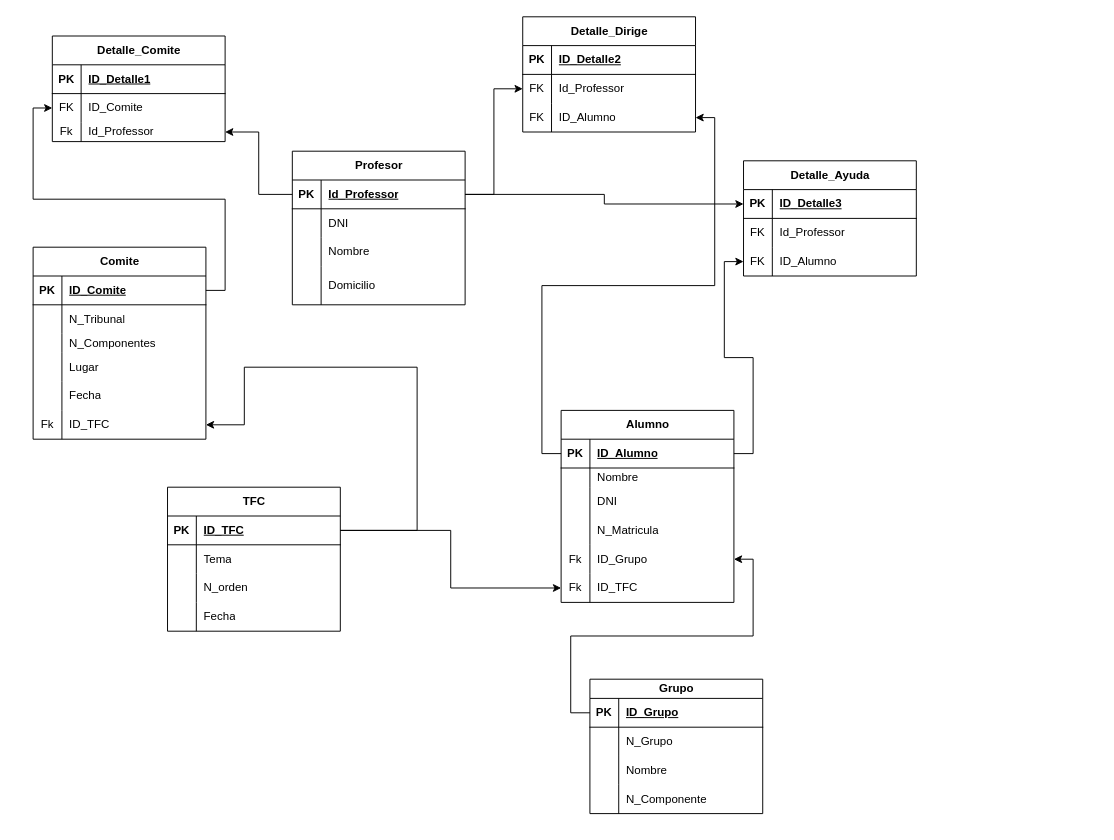
The draw.io diagram page "Página-4" (4 of 5) of Tarea2.drawio in sologia/draw.io, before the edit. Source tidied: cells renumbered, new cells numbered last; positions are measured from the earlier drawing's top-left corner, leaving out a move shared by most shapes. Both pictures are drawn from the tidied source at 96%, with x=0, y=0 at pixel (33, 16).
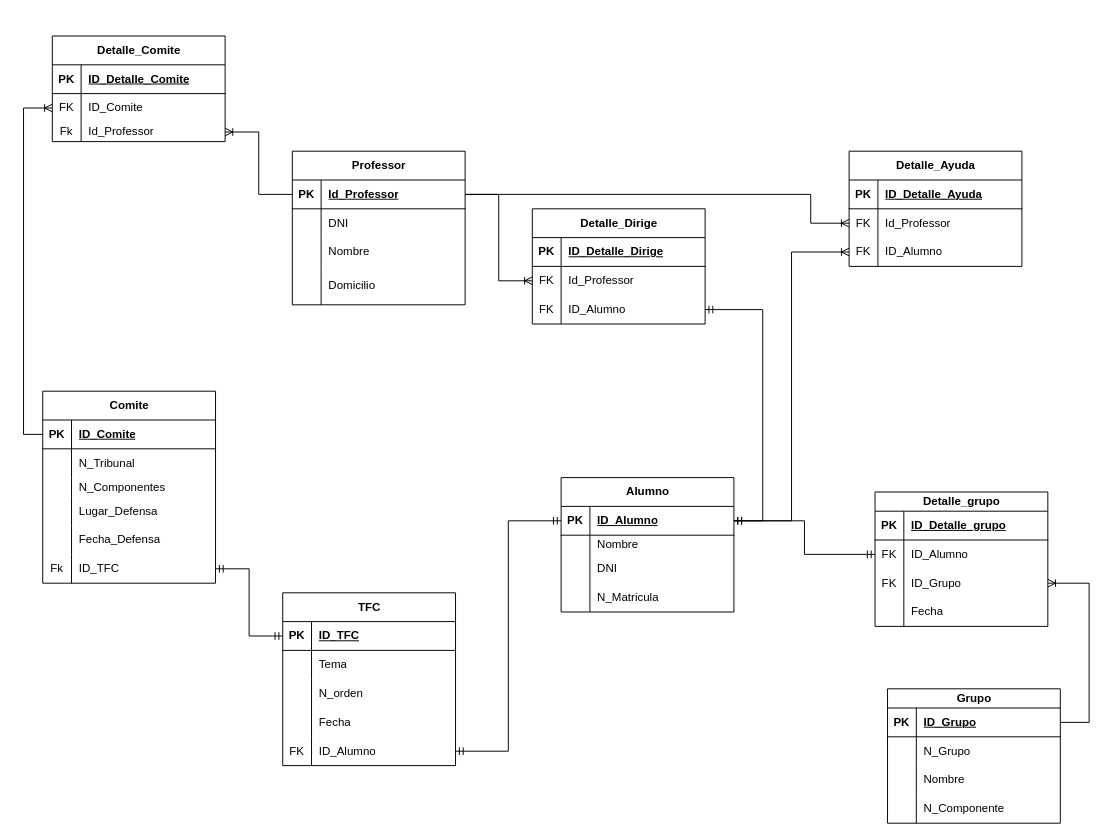
The same page after the edit.

Unchanged cells that the change refers to:
```xml
<mxCell id="3" style="shape=tableRow;horizontal=0;startSize=0;swimlaneHead=0;swimlaneBody=0;fillColor=none;points=[[0,0.5],[1,0.5]];portConstraint=eastwest;top=0;left=0;right=0;bottom=1;" parent="2" vertex="1">
  <mxGeometry y="30" width="180" height="30" as="geometry" />
</mxCell>
<mxCell id="16" style="shape=tableRow;horizontal=0;startSize=0;swimlaneHead=0;swimlaneBody=0;fillColor=none;points=[[0,0.5],[1,0.5]];portConstraint=eastwest;top=0;left=0;right=0;bottom=1;" parent="15" vertex="1">
  <mxGeometry y="30" width="180" height="30" as="geometry" />
</mxCell>
<mxCell id="35" style="shape=tableRow;horizontal=0;startSize=0;swimlaneHead=0;swimlaneBody=0;fillColor=none;points=[[0,0.5],[1,0.5]];portConstraint=eastwest;top=0;left=0;right=0;bottom=1;" parent="34" vertex="1">
  <mxGeometry y="20" width="180" height="30" as="geometry" />
</mxCell>
<mxCell id="48" style="shape=tableRow;horizontal=0;startSize=0;swimlaneHead=0;swimlaneBody=0;fillColor=none;points=[[0,0.5],[1,0.5]];portConstraint=eastwest;top=0;left=0;right=0;bottom=1;" parent="47" vertex="1">
  <mxGeometry y="30" width="180" height="30" as="geometry" />
</mxCell>
<mxCell id="62" style="shape=tableRow;horizontal=0;startSize=0;swimlaneHead=0;swimlaneBody=0;fillColor=none;points=[[0,0.5],[1,0.5]];portConstraint=eastwest;top=0;left=0;right=0;bottom=1;" parent="61" vertex="1">
  <mxGeometry y="30" width="180" height="30" as="geometry" />
</mxCell>
<mxCell id="71" style="shape=tableRow;horizontal=0;startSize=0;swimlaneHead=0;swimlaneBody=0;fillColor=none;top=0;left=0;right=0;bottom=0;" parent="61" vertex="1">
  <mxGeometry y="110" width="180" height="30" as="geometry" />
</mxCell>
<mxCell id="74" style="shape=tableRow;horizontal=0;startSize=0;swimlaneHead=0;swimlaneBody=0;fillColor=none;top=0;left=0;right=0;bottom=0;" parent="61" vertex="1">
  <mxGeometry y="140" width="180" height="30" as="geometry" />
</mxCell>
<mxCell id="77" style="shape=tableRow;horizontal=0;startSize=0;swimlaneHead=0;swimlaneBody=0;fillColor=none;points=[[0,0.5],[1,0.5]];portConstraint=eastwest;top=0;left=0;right=0;bottom=0;" parent="61" vertex="1">
  <mxGeometry y="170" width="180" height="30" as="geometry" />
</mxCell>
<mxCell id="88" style="shape=tableRow;horizontal=0;startSize=0;swimlaneHead=0;swimlaneBody=0;fillColor=none;top=0;left=0;right=0;bottom=1;" parent="87" vertex="1">
  <mxGeometry y="30" width="180" height="30" as="geometry" />
</mxCell>
<mxCell id="91" style="shape=tableRow;horizontal=0;startSize=0;swimlaneHead=0;swimlaneBody=0;fillColor=none;points=[[0,0.5],[1,0.5]];portConstraint=eastwest;top=0;left=0;right=0;bottom=0;" parent="87" vertex="1">
  <mxGeometry y="60" width="180" height="30" as="geometry" />
</mxCell>
<mxCell id="94" style="shape=tableRow;horizontal=0;startSize=0;swimlaneHead=0;swimlaneBody=0;fillColor=none;points=[[0,0.5],[1,0.5]];portConstraint=eastwest;top=0;left=0;right=0;bottom=0;" parent="87" vertex="1">
  <mxGeometry y="90" width="180" height="20" as="geometry" />
</mxCell>
<mxCell id="99" style="shape=tableRow;horizontal=0;startSize=0;swimlaneHead=0;swimlaneBody=0;fillColor=none;top=0;left=0;right=0;bottom=1;" parent="98" vertex="1">
  <mxGeometry y="30" width="180" height="30" as="geometry" />
</mxCell>
<mxCell id="102" style="shape=tableRow;horizontal=0;startSize=0;swimlaneHead=0;swimlaneBody=0;fillColor=none;points=[[0,0.5],[1,0.5]];portConstraint=eastwest;top=0;left=0;right=0;bottom=0;" parent="98" vertex="1">
  <mxGeometry y="60" width="180" height="30" as="geometry" />
</mxCell>
<mxCell id="105" style="shape=tableRow;horizontal=0;startSize=0;swimlaneHead=0;swimlaneBody=0;fillColor=none;points=[[0,0.5],[1,0.5]];portConstraint=eastwest;top=0;left=0;right=0;bottom=0;" parent="98" vertex="1">
  <mxGeometry y="90" width="180" height="30" as="geometry" />
</mxCell>
<mxCell id="109" style="shape=tableRow;horizontal=0;startSize=0;swimlaneHead=0;swimlaneBody=0;fillColor=none;points=[[0,0.5],[1,0.5]];portConstraint=eastwest;top=0;left=0;right=0;bottom=1;" parent="108" vertex="1">
  <mxGeometry y="30" width="180" height="30" as="geometry" />
</mxCell>
<mxCell id="112" style="shape=tableRow;horizontal=0;startSize=0;swimlaneHead=0;swimlaneBody=0;fillColor=none;points=[[0,0.5],[1,0.5]];portConstraint=eastwest;top=0;left=0;right=0;bottom=0;" parent="108" vertex="1">
  <mxGeometry y="60" width="180" height="30" as="geometry" />
</mxCell>
<mxCell id="115" style="shape=tableRow;horizontal=0;startSize=0;swimlaneHead=0;swimlaneBody=0;fillColor=none;points=[[0,0.5],[1,0.5]];portConstraint=eastwest;top=0;left=0;right=0;bottom=0;" parent="108" vertex="1">
  <mxGeometry y="90" width="180" height="30" as="geometry" />
</mxCell>
```

What changed in the source:
```diff
@@
-    <mxCell id="2" value="Profesor" style="shape=table;startSize=30;childLayout=tableLayout;rowLines=0;fontStyle=1;align=center;html=1;" parent="1" vertex="1">
+    <mxCell id="2" value="Professor" style="shape=table;startSize=30;childLayout=tableLayout;rowLines=0;fontStyle=1;align=center;html=1;" parent="1" vertex="1">
       <mxGeometry x="270" y="140" width="180" height="160" as="geometry" />
     </mxCell>
@@
     <mxCell id="15" value="Alumno" style="shape=table;startSize=30;childLayout=tableLayout;rowLines=0;fontStyle=1;align=center;html=1;" parent="1" vertex="1">
-      <mxGeometry x="550" y="410" width="180" height="200" as="geometry" />
+      <mxGeometry x="550" y="480" width="180" height="140" as="geometry" />
     </mxCell>
@@
-    <mxCell id="28" style="shape=tableRow;horizontal=0;startSize=0;swimlaneHead=0;swimlaneBody=0;fillColor=none;points=[[0,0.5],[1,0.5]];portConstraint=eastwest;top=0;left=0;right=0;bottom=0;" parent="15" vertex="1">
-      <mxGeometry y="140" width="180" height="30" as="geometry" />
-    </mxCell>
-    <mxCell id="29" value="Fk" style="shape=partialRectangle;fillColor=none;top=0;left=0;bottom=0;right=0;overflow=hidden;whiteSpace=wrap;html=1;" parent="28" vertex="1">
-      <mxGeometry width="30" height="30" as="geometry" />
-    </mxCell>
-    <mxCell id="30" value="ID_Grupo" style="shape=partialRectangle;fillColor=none;top=0;left=0;bottom=0;right=0;align=left;spacingLeft=6;overflow=hidden;whiteSpace=wrap;html=1;" parent="28" vertex="1">
-      <mxGeometry x="30" width="150" height="30" as="geometry" />
-    </mxCell>
-    <mxCell id="31" style="shape=tableRow;horizontal=0;startSize=0;swimlaneHead=0;swimlaneBody=0;fillColor=none;points=[[0,0.5],[1,0.5]];portConstraint=eastwest;top=0;left=0;right=0;bottom=0;" parent="15" vertex="1">
-      <mxGeometry y="170" width="180" height="30" as="geometry" />
-    </mxCell>
-    <mxCell id="32" value="Fk" style="shape=partialRectangle;fillColor=none;top=0;left=0;bottom=0;right=0;overflow=hidden;whiteSpace=wrap;html=1;" parent="31" vertex="1">
-      <mxGeometry width="30" height="30" as="geometry" />
-    </mxCell>
-    <mxCell id="33" value="ID_TFC" style="shape=partialRectangle;fillColor=none;top=0;left=0;bottom=0;right=0;align=left;spacingLeft=6;overflow=hidden;whiteSpace=wrap;html=1;" parent="31" vertex="1">
-      <mxGeometry x="30" width="150" height="30" as="geometry" />
-    </mxCell>
     <mxCell id="34" value="Grupo" style="shape=table;startSize=20;childLayout=tableLayout;rowLines=0;fontStyle=1;align=center;html=1;" parent="1" vertex="1">
-      <mxGeometry x="580" y="690" width="180" height="140" as="geometry" />
+      <mxGeometry x="890" y="700" width="180" height="140" as="geometry" />
     </mxCell>
@@
     <mxCell id="47" value="TFC" style="shape=table;startSize=30;childLayout=tableLayout;rowLines=0;fontStyle=1;align=center;html=1;" parent="1" vertex="1">
-      <mxGeometry x="140" y="490" width="180" height="150" as="geometry" />
+      <mxGeometry x="260" y="600" width="180" height="180" as="geometry" />
     </mxCell>
@@
-    <mxCell id="60" style="edgeStyle=orthogonalEdgeStyle;rounded=0;jettySize=auto;html=1;" parent="1" edge="1" source="62" target="91">
-      <mxGeometry relative="1" as="geometry" />
-    </mxCell>
+    <mxCell id="122" style="shape=tableRow;horizontal=0;startSize=0;swimlaneHead=0;swimlaneBody=0;fillColor=none;points=[[0,0.5],[1,0.5]];portConstraint=eastwest;top=0;left=0;right=0;bottom=0;" parent="47" vertex="1">
+      <mxGeometry y="150" width="180" height="30" as="geometry" />
+    </mxCell>
+    <mxCell id="123" value="FK" style="shape=partialRectangle;fillColor=none;top=0;left=0;bottom=0;right=0;overflow=hidden;whiteSpace=wrap;html=1;" parent="122" vertex="1">
+      <mxGeometry width="30" height="30" as="geometry" />
+    </mxCell>
+    <mxCell id="124" value="ID_Alumno" style="shape=partialRectangle;fillColor=none;top=0;left=0;bottom=0;right=0;align=left;spacingLeft=6;overflow=hidden;whiteSpace=wrap;html=1;" parent="122" vertex="1">
+      <mxGeometry x="30" width="150" height="30" as="geometry" />
+    </mxCell>
     <mxCell id="61" value="Comite" style="shape=table;startSize=30;childLayout=tableLayout;rowLines=0;fontStyle=1;align=center;html=1;" parent="1" vertex="1">
-      <mxGeometry y="240" width="180" height="200" as="geometry" />
+      <mxGeometry x="10" y="390" width="180" height="200" as="geometry" />
     </mxCell>
@@
-    <mxCell id="73" value="Lugar" style="shape=partialRectangle;fillColor=none;top=0;left=0;bottom=0;right=0;align=left;spacingLeft=6;overflow=hidden;whiteSpace=wrap;html=1;" parent="71" vertex="1">
+    <mxCell id="73" value="Lugar_Defensa" style="shape=partialRectangle;fillColor=none;top=0;left=0;bottom=0;right=0;align=left;spacingLeft=6;overflow=hidden;whiteSpace=wrap;html=1;" parent="71" vertex="1">
       <mxGeometry x="30" width="150" height="30" as="geometry" />
     </mxCell>
@@
-    <mxCell id="76" value="Fecha" style="shape=partialRectangle;fillColor=none;top=0;left=0;bottom=0;right=0;align=left;spacingLeft=6;overflow=hidden;whiteSpace=wrap;html=1;" parent="74" vertex="1">
+    <mxCell id="76" value="Fecha_Defensa" style="shape=partialRectangle;fillColor=none;top=0;left=0;bottom=0;right=0;align=left;spacingLeft=6;overflow=hidden;whiteSpace=wrap;html=1;" parent="74" vertex="1">
       <mxGeometry x="30" width="150" height="30" as="geometry" />
     </mxCell>
@@
-    <mxCell id="80" style="shape=tableRow;horizontal=0;startSize=0;swimlaneHead=0;swimlaneBody=0;fillColor=none;top=0;left=0;right=0;bottom=0;" parent="1" vertex="1">
-      <mxGeometry x="410" y="360" width="180" height="50" as="geometry" />
-    </mxCell>
-    <mxCell id="81" style="shape=partialRectangle;fillColor=none;top=0;left=0;bottom=0;right=0;overflow=hidden;whiteSpace=wrap;html=1;" parent="80" vertex="1">
-      <mxGeometry width="30" height="30" as="geometry" />
-    </mxCell>
-    <mxCell id="82" style="shape=tableRow;horizontal=0;startSize=0;swimlaneHead=0;swimlaneBody=0;fillColor=none;top=0;left=0;right=0;bottom=0;" parent="1" vertex="1">
-      <mxGeometry x="400" y="410" width="180" height="20" as="geometry" />
-    </mxCell>
-    <mxCell id="83" style="shape=partialRectangle;fillColor=none;top=0;left=0;bottom=0;right=0;overflow=hidden;whiteSpace=wrap;html=1;" parent="82" vertex="1">
-      <mxGeometry width="30" height="20" as="geometry" />
-    </mxCell>
-    <mxCell id="84" style="edgeStyle=orthogonalEdgeStyle;rounded=0;jettySize=auto;html=1;" parent="1" edge="1" source="35" target="28">
-      <mxGeometry relative="1" as="geometry" />
-    </mxCell>
-    <mxCell id="85" style="edgeStyle=orthogonalEdgeStyle;rounded=0;jettySize=auto;html=1;" parent="1" edge="1" source="48" target="77">
-      <mxGeometry relative="1" as="geometry">
-        <Array as="points">
-          <mxPoint x="400" y="535" />
-          <mxPoint x="400" y="365" />
-          <mxPoint x="220" y="365" />
-          <mxPoint x="220" y="425" />
-        </Array>
-      </mxGeometry>
-    </mxCell>
-    <mxCell id="86" style="edgeStyle=orthogonalEdgeStyle;rounded=0;jettySize=auto;html=1;" parent="1" edge="1" source="48" target="31">
-      <mxGeometry relative="1" as="geometry" />
-    </mxCell>
@@
-    <mxCell id="90" value="ID_Detalle1" style="shape=partialRectangle;fillColor=none;top=0;left=0;bottom=0;right=0;align=left;spacingLeft=6;fontStyle=5;overflow=hidden;whiteSpace=wrap;html=1;" parent="88" vertex="1">
+    <mxCell id="90" value="ID_Detalle_Comite" style="shape=partialRectangle;fillColor=none;top=0;left=0;bottom=0;right=0;align=left;spacingLeft=6;fontStyle=5;overflow=hidden;whiteSpace=wrap;html=1;" parent="88" vertex="1">
       <mxGeometry x="30" width="150" height="30" as="geometry" />
     </mxCell>
@@
-    <mxCell id="97" style="edgeStyle=orthogonalEdgeStyle;rounded=0;jettySize=auto;html=1;" parent="1" edge="1" source="3" target="94">
-      <mxGeometry relative="1" as="geometry" />
-    </mxCell>
     <mxCell id="98" value="Detalle_Dirige" style="shape=table;startSize=30;childLayout=tableLayout;rowLines=0;fontStyle=1;align=center;html=1;" parent="1" vertex="1">
-      <mxGeometry x="510" width="180" height="120" as="geometry" />
+      <mxGeometry x="520" y="200" width="180" height="120" as="geometry" />
     </mxCell>
@@
-    <mxCell id="101" value="ID_Detalle2" style="shape=partialRectangle;fillColor=none;top=0;left=0;bottom=0;right=0;align=left;spacingLeft=6;fontStyle=5;overflow=hidden;whiteSpace=wrap;html=1;" parent="99" vertex="1">
+    <mxCell id="101" value="ID_Detalle_Dirige" style="shape=partialRectangle;fillColor=none;top=0;left=0;bottom=0;right=0;align=left;spacingLeft=6;fontStyle=5;overflow=hidden;whiteSpace=wrap;html=1;" parent="99" vertex="1">
       <mxGeometry x="30" width="150" height="30" as="geometry" />
     </mxCell>
@@
     <mxCell id="108" value="Detalle_Ayuda" style="shape=table;startSize=30;childLayout=tableLayout;rowLines=0;fontStyle=1;align=center;html=1;" parent="1" vertex="1">
-      <mxGeometry x="740" y="150" width="180" height="120" as="geometry" />
+      <mxGeometry x="850" y="140" width="180" height="120" as="geometry" />
     </mxCell>
@@
-    <mxCell id="111" value="ID_Detalle3" style="shape=partialRectangle;fillColor=none;top=0;left=0;bottom=0;right=0;align=left;spacingLeft=6;fontStyle=5;overflow=hidden;whiteSpace=wrap;html=1;" parent="109" vertex="1">
+    <mxCell id="111" value="ID_Detalle_Ayuda" style="shape=partialRectangle;fillColor=none;top=0;left=0;bottom=0;right=0;align=left;spacingLeft=6;fontStyle=5;overflow=hidden;whiteSpace=wrap;html=1;" parent="109" vertex="1">
       <mxGeometry x="30" width="150" height="30" as="geometry" />
     </mxCell>
@@
-    <mxCell id="118" style="edgeStyle=orthogonalEdgeStyle;rounded=0;jettySize=auto;html=1;" parent="1" edge="1" source="16" target="115">
-      <mxGeometry relative="1" as="geometry" />
-    </mxCell>
+    <mxCell id="125" style="edgeStyle=orthogonalEdgeStyle;fontSize=12;html=1;endArrow=ERmandOne;startArrow=ERmandOne;rounded=0;" parent="1" edge="1" source="122" target="16">
+      <mxGeometry relative="1" as="geometry" />
+    </mxCell>
+    <mxCell id="126" style="edgeStyle=orthogonalEdgeStyle;fontSize=12;html=1;endArrow=ERmandOne;startArrow=ERmandOne;rounded=0;" parent="1" edge="1" source="77" target="48">
+      <mxGeometry relative="1" as="geometry" />
+    </mxCell>
-    <mxCell id="119" style="edgeStyle=orthogonalEdgeStyle;rounded=0;jettySize=auto;html=1;" parent="1" edge="1" source="16" target="105">
-      <mxGeometry relative="1" as="geometry" />
+    <mxCell id="119" style="edgeStyle=entityRelationEdgeStyle;fontSize=12;html=1;endArrow=ERmandOne;startArrow=ERmandOne;rounded=0;" parent="1" edge="1" source="16" target="105">
+      <mxGeometry relative="1" as="geometry">
+        <Array as="points">
+          <mxPoint x="530" y="440" />
+          <mxPoint x="540" y="380" />
+          <mxPoint x="470" y="380" />
+          <mxPoint x="490" y="340" />
+        </Array>
+      </mxGeometry>
     </mxCell>
-    <mxCell id="120" style="edgeStyle=orthogonalEdgeStyle;rounded=0;jettySize=auto;html=1;" parent="1" edge="1" source="3" target="102">
+    <mxCell id="120" style="edgeStyle=orthogonalEdgeStyle;fontSize=12;html=1;endArrow=ERoneToMany;rounded=0;" parent="1" edge="1" source="3" target="102">
       <mxGeometry relative="1" as="geometry" />
     </mxCell>
-    <mxCell id="121" style="edgeStyle=orthogonalEdgeStyle;rounded=0;jettySize=auto;html=1;" parent="1" edge="1" source="3" target="109">
-      <mxGeometry relative="1" as="geometry" />
-    </mxCell>
+    <mxCell id="127" value="Detalle_grupo" style="shape=table;startSize=20;childLayout=tableLayout;rowLines=0;fontStyle=1;align=center;html=1;" parent="1" vertex="1">
+      <mxGeometry x="877" y="495" width="180" height="140" as="geometry" />
+    </mxCell>
+    <mxCell id="128" style="shape=tableRow;horizontal=0;startSize=0;swimlaneHead=0;swimlaneBody=0;fillColor=none;top=0;left=0;right=0;bottom=1;" parent="127" vertex="1">
+      <mxGeometry y="20" width="180" height="30" as="geometry" />
+    </mxCell>
+    <mxCell id="129" value="PK" style="shape=partialRectangle;fillColor=none;top=0;left=0;bottom=0;right=0;fontStyle=1;overflow=hidden;whiteSpace=wrap;html=1;" parent="128" vertex="1">
+      <mxGeometry width="30" height="30" as="geometry" />
+    </mxCell>
+    <mxCell id="130" value="ID_Detalle_grupo" style="shape=partialRectangle;fillColor=none;top=0;left=0;bottom=0;right=0;align=left;spacingLeft=6;fontStyle=5;overflow=hidden;whiteSpace=wrap;html=1;" parent="128" vertex="1">
+      <mxGeometry x="30" width="150" height="30" as="geometry" />
+    </mxCell>
+    <mxCell id="131" style="shape=tableRow;horizontal=0;startSize=0;swimlaneHead=0;swimlaneBody=0;fillColor=none;points=[[0,0.5],[1,0.5]];portConstraint=eastwest;top=0;left=0;right=0;bottom=0;" parent="127" vertex="1">
+      <mxGeometry y="50" width="180" height="30" as="geometry" />
+    </mxCell>
+    <mxCell id="132" value="FK" style="shape=partialRectangle;fillColor=none;top=0;left=0;bottom=0;right=0;overflow=hidden;whiteSpace=wrap;html=1;" parent="131" vertex="1">
+      <mxGeometry width="30" height="30" as="geometry" />
+    </mxCell>
+    <mxCell id="133" value="ID_Alumno" style="shape=partialRectangle;fillColor=none;top=0;left=0;bottom=0;right=0;align=left;spacingLeft=6;overflow=hidden;whiteSpace=wrap;html=1;" parent="131" vertex="1">
+      <mxGeometry x="30" width="150" height="30" as="geometry" />
+    </mxCell>
+    <mxCell id="134" style="shape=tableRow;horizontal=0;startSize=0;swimlaneHead=0;swimlaneBody=0;fillColor=none;points=[[0,0.5],[1,0.5]];portConstraint=eastwest;top=0;left=0;right=0;bottom=0;" parent="127" vertex="1">
+      <mxGeometry y="80" width="180" height="30" as="geometry" />
+    </mxCell>
+    <mxCell id="135" value="FK" style="shape=partialRectangle;fillColor=none;top=0;left=0;bottom=0;right=0;overflow=hidden;whiteSpace=wrap;html=1;" parent="134" vertex="1">
+      <mxGeometry width="30" height="30" as="geometry" />
+    </mxCell>
+    <mxCell id="30" value="ID_Grupo" style="shape=partialRectangle;fillColor=none;top=0;left=0;bottom=0;right=0;align=left;spacingLeft=6;overflow=hidden;whiteSpace=wrap;html=1;" parent="134" vertex="1">
+      <mxGeometry x="30" width="150" height="30" as="geometry" />
+    </mxCell>
+    <mxCell id="136" style="shape=tableRow;horizontal=0;startSize=0;swimlaneHead=0;swimlaneBody=0;fillColor=none;top=0;left=0;right=0;bottom=0;" parent="127" vertex="1">
+      <mxGeometry y="110" width="180" height="30" as="geometry" />
+    </mxCell>
+    <mxCell id="81" style="shape=partialRectangle;fillColor=none;top=0;left=0;bottom=0;right=0;overflow=hidden;whiteSpace=wrap;html=1;" parent="136" vertex="1">
+      <mxGeometry width="30" height="30" as="geometry" />
+    </mxCell>
+    <mxCell id="137" value="Fecha" style="shape=partialRectangle;fillColor=none;top=0;left=0;bottom=0;right=0;align=left;spacingLeft=6;overflow=hidden;whiteSpace=wrap;html=1;" parent="136" vertex="1">
+      <mxGeometry x="30" width="150" height="30" as="geometry" />
+    </mxCell>
+    <mxCell id="138" style="edgeStyle=entityRelationEdgeStyle;fontSize=12;html=1;endArrow=ERoneToMany;rounded=0;" parent="1" edge="1" source="35" target="134">
+      <mxGeometry relative="1" as="geometry" />
+    </mxCell>
+    <mxCell id="139" style="edgeStyle=orthogonalEdgeStyle;fontSize=12;html=1;endArrow=ERmandOne;startArrow=ERmandOne;rounded=0;" parent="1" edge="1" source="16" target="131">
+      <mxGeometry relative="1" as="geometry" />
+    </mxCell>
+    <mxCell id="140" style="edgeStyle=orthogonalEdgeStyle;fontSize=12;html=1;endArrow=ERoneToMany;rounded=0;" parent="1" edge="1" source="3" target="112">
+      <mxGeometry relative="1" as="geometry">
+        <Array as="points">
+          <mxPoint x="810" y="185" />
+          <mxPoint x="810" y="215" />
+        </Array>
+      </mxGeometry>
+    </mxCell>
+    <mxCell id="118" style="edgeStyle=orthogonalEdgeStyle;fontSize=12;html=1;endArrow=ERoneToMany;rounded=0;" parent="1" edge="1" source="16" target="115">
+      <mxGeometry relative="1" as="geometry" />
+    </mxCell>
+    <mxCell id="97" style="edgeStyle=orthogonalEdgeStyle;fontSize=12;html=1;endArrow=ERoneToMany;rounded=0;" parent="1" edge="1" source="3" target="94">
+      <mxGeometry relative="1" as="geometry" />
+    </mxCell>
+    <mxCell id="60" style="edgeStyle=orthogonalEdgeStyle;fontSize=12;html=1;endArrow=ERoneToMany;rounded=0;" parent="1" edge="1" source="62" target="91">
+      <mxGeometry relative="1" as="geometry">
+        <Array as="points">
+          <mxPoint x="-10" y="435" />
+          <mxPoint x="-10" y="95" />
+        </Array>
+      </mxGeometry>
+    </mxCell>
```
